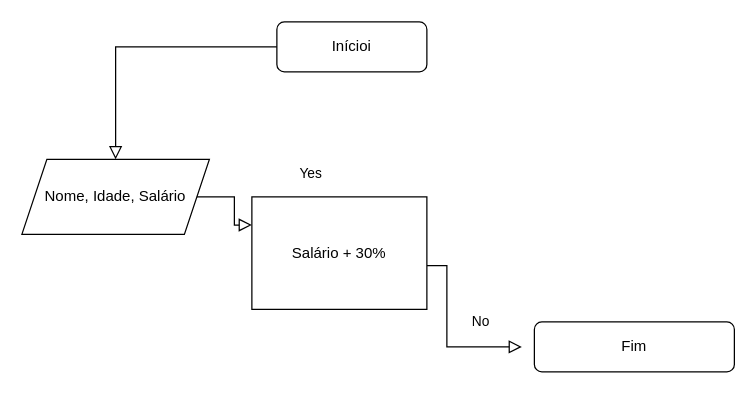
This is Untitled Diagram.drawio from Adair023/Logic-Beginnig-, a draw.io file, before an edit. Source tidied: cells renumbered, new cells numbered last; positions are measured from the earlier drawing's top-left corner, leaving out a move shared by most shapes. Both pictures are drawn from the tidied source at 125%, with x=0, y=0 at pixel (21, 21).
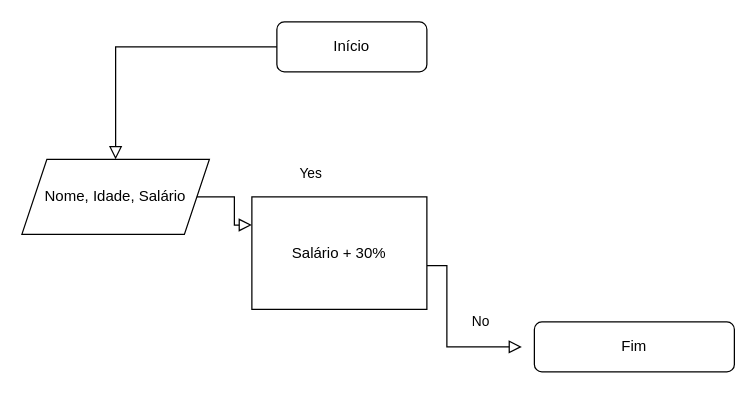
The same page after the edit.

Change to the diagram source:
```diff
@@
 <mxGraphModel>
   <root>
     <mxCell id="0" />
     <mxCell id="1" parent="0" />
-    <mxCell id="2" value="Inícioi" style="rounded=1;whiteSpace=wrap;html=1;fontSize=12;glass=0;strokeWidth=1;shadow=0;" parent="1" vertex="1">
+    <mxCell id="2" value="Início" style="rounded=1;whiteSpace=wrap;html=1;fontSize=12;glass=0;strokeWidth=1;shadow=0;" parent="1" vertex="1">
       <mxGeometry x="204" width="120" height="40" as="geometry" />
     </mxCell>
     <mxCell id="3" value="No" style="rounded=0;html=1;jettySize=auto;fontSize=11;endArrow=block;endFill=0;endSize=8;strokeWidth=1;shadow=0;labelBackgroundColor=none;edgeStyle=orthogonalEdgeStyle;exitX=1;exitY=0.611;exitDx=0;exitDy=0;exitPerimeter=0;" parent="1" edge="1" source="7">
       <mxGeometry x="0.53" y="20" relative="1" as="geometry">
         <mxPoint x="400" y="260" as="targetPoint" />
         <Array as="points">
           <mxPoint x="340" y="195" />
           <mxPoint x="340" y="260" />
         </Array>
       </mxGeometry>
     </mxCell>
     <mxCell id="4" value="Fim" style="rounded=1;whiteSpace=wrap;html=1;fontSize=12;glass=0;strokeWidth=1;shadow=0;" parent="1" vertex="1">
       <mxGeometry x="410" y="240" width="160" height="40" as="geometry" />
     </mxCell>
     <mxCell id="5" value="Nome, Idade, Salário" style="shape=parallelogram;perimeter=parallelogramPerimeter;whiteSpace=wrap;html=1;fixedSize=1;" parent="1" vertex="1">
       <mxGeometry y="110" width="150" height="60" as="geometry" />
     </mxCell>
     <mxCell id="6" style="rounded=0;html=1;jettySize=auto;fontSize=11;endArrow=block;endFill=0;endSize=8;strokeWidth=1;shadow=0;labelBackgroundColor=none;edgeStyle=orthogonalEdgeStyle;" parent="1" edge="1" source="2" target="5">
       <mxGeometry relative="1" as="geometry" />
     </mxCell>
     <mxCell id="7" value="Salário + 30%" style="rounded=0;whiteSpace=wrap;html=1;" parent="1" vertex="1">
       <mxGeometry x="184" y="140" width="140" height="90" as="geometry" />
     </mxCell>
     <mxCell id="8" value="Yes" style="rounded=0;html=1;jettySize=auto;fontSize=11;endArrow=block;endFill=0;endSize=8;strokeWidth=1;shadow=0;labelBackgroundColor=none;edgeStyle=orthogonalEdgeStyle;entryX=0;entryY=0.25;entryDx=0;entryDy=0;" parent="1" edge="1" source="5" target="7">
       <mxGeometry x="1" y="63" relative="1" as="geometry">
         <mxPoint x="46" y="21" as="offset" />
       </mxGeometry>
     </mxCell>
   </root>
 </mxGraphModel>
```
